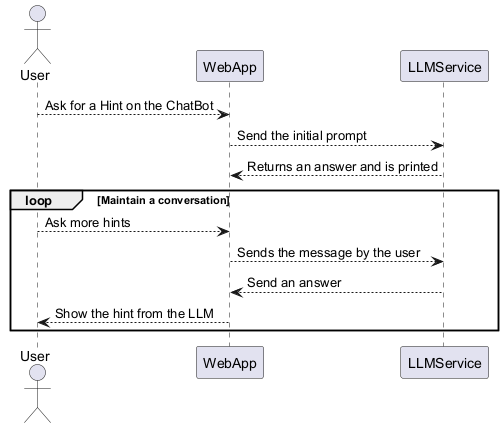
This is images/Hints.png from Arquisoft/wichat_en3b, a PlantUML export, as it was before one commit.
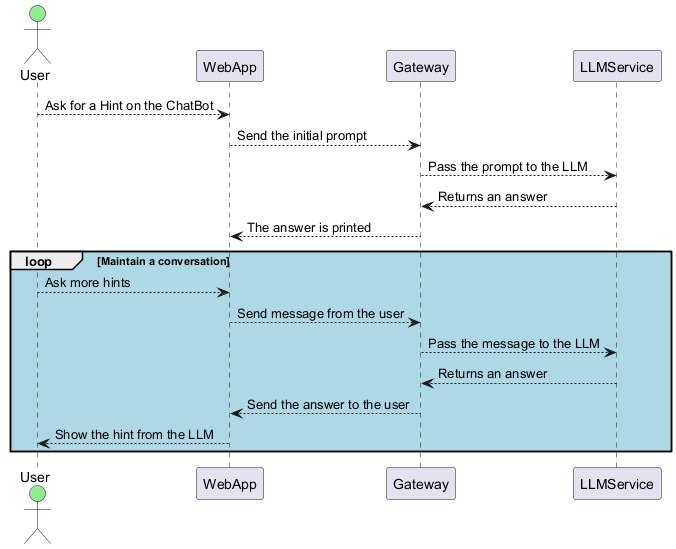
The same diagram one commit later.

Diff of the diagram source:
```diff
@@ -1,17 +1,21 @@
 @startuml
-
-actor User
+actor User #lightgreen
 participant WebApp
+participant Gateway
 participant LLMService
 
 User --> WebApp: Ask for a Hint on the ChatBot
-WebApp --> LLMService: Send the initial prompt
-LLMService --> WebApp: Returns an answer and is printed
-loop Maintain a conversation
+WebApp --> Gateway: Send the initial prompt
+Gateway --> LLMService: Pass the prompt to the LLM
+LLMService --> Gateway: Returns an answer
+Gateway --> WebApp: The answer is printed
+
+loop #lightblue Maintain a conversation
     User --> WebApp: Ask more hints
-    WebApp --> LLMService: Sends the message by the user
-    LLMService --> WebApp: Send an answer
+    WebApp --> Gateway: Send message from the user
+    Gateway --> LLMService: Pass the message to the LLM
+    LLMService --> Gateway: Returns an answer
+    Gateway --> WebApp: Send the answer to the user
     WebApp --> User: Show the hint from the LLM
 end
-
 @enduml
```
